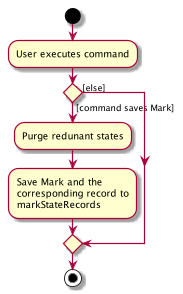
This is docs/images/SaveMarkActivityDiagram.png from nus-cs2103-AY1920S1/addressbook-level3, a PlantUML export, as it was before one commit.
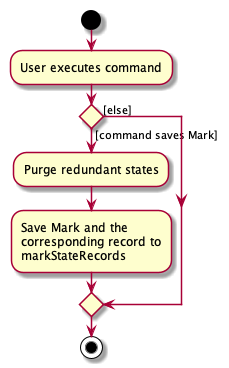
The same file after the commit.

The edit, as a diff of the source:
```diff
@@ -4,7 +4,7 @@
 
 
 if () then ([command saves Mark])
-    :Purge redunant states;
+    :Purge redundant states;
     :Save Mark and the
     corresponding record to
     markStateRecords;
```
